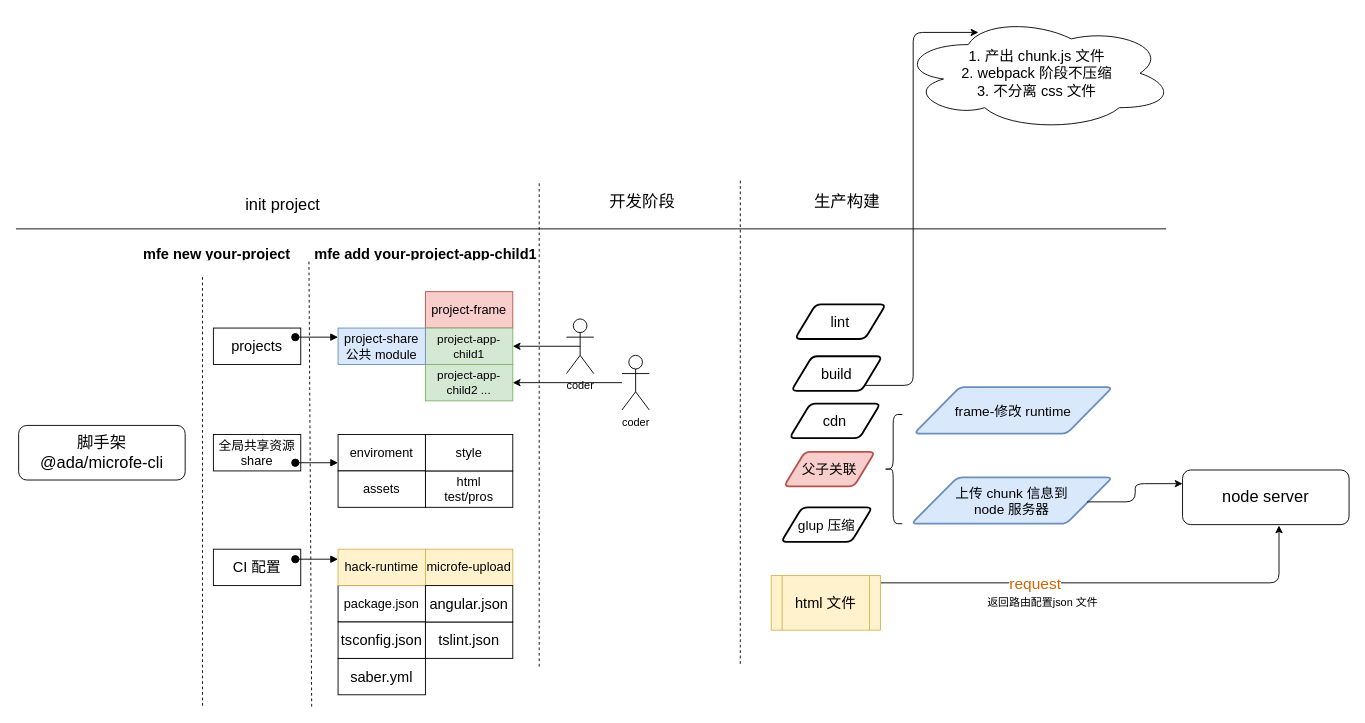
Earlier version of the draw.io diagram packages/Untitled Diagram.drawio (Tony-Liuduan/micro-demo). Source tidied: cells renumbered, new cells numbered last; positions are measured from the earlier drawing's top-left corner, leaving out a move shared by most shapes. Both pictures are drawn from the tidied source at 91%, with x=0, y=0 at pixel (15, 15).
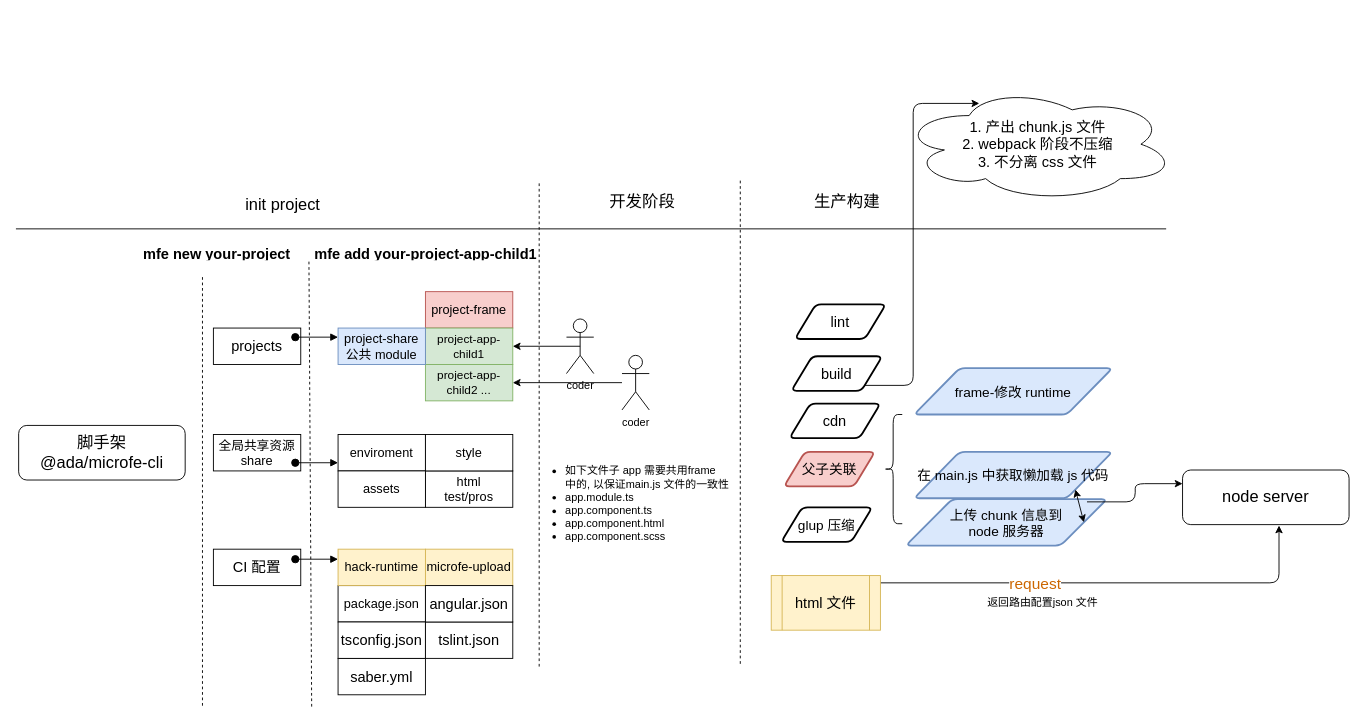
Above is the later version.

Change to the diagram source:
```diff
@@
     <mxCell id="40" value="&lt;div&gt;&lt;span style=&quot;font-size: 16px&quot;&gt;1. 产出 chunk.js 文件&lt;/span&gt;&lt;/div&gt;&lt;font style=&quot;font-size: 16px&quot;&gt;&lt;div&gt;&lt;span&gt;2. webpack 阶段不压缩&lt;/span&gt;&lt;/div&gt;&lt;div&gt;&lt;span&gt;3. 不分离 css 文件&lt;/span&gt;&lt;/div&gt;&lt;/font&gt;" style="ellipse;shape=cloud;whiteSpace=wrap;html=1;align=center;" parent="1" vertex="1">
-      <mxGeometry x="971" width="302" height="126" as="geometry" />
+      <mxGeometry x="972" y="78" width="302" height="126" as="geometry" />
     </mxCell>
@@
     <mxCell id="42" value="&lt;span style=&quot;font-size: 15px&quot;&gt;frame-修改 runtime&lt;/span&gt;" style="shape=parallelogram;html=1;strokeWidth=2;perimeter=parallelogramPerimeter;whiteSpace=wrap;rounded=1;arcSize=12;size=0.23;fillColor=#dae8fc;strokeColor=#6c8ebf;" parent="1" vertex="1">
-      <mxGeometry x="987" y="408" width="218" height="51" as="geometry" />
+      <mxGeometry x="987" y="387" width="218" height="51" as="geometry" />
     </mxCell>
     <mxCell id="43" value="&lt;span style=&quot;font-size: 15px&quot;&gt;上传 chunk 信息到 &lt;br&gt;node 服务器&lt;/span&gt;" style="shape=parallelogram;html=1;strokeWidth=2;perimeter=parallelogramPerimeter;whiteSpace=wrap;rounded=1;arcSize=12;size=0.23;fillColor=#dae8fc;strokeColor=#6c8ebf;" parent="1" vertex="1">
-      <mxGeometry x="984" y="507" width="221" height="51" as="geometry" />
+      <mxGeometry x="978" y="531" width="221" height="51" as="geometry" />
     </mxCell>
@@
+    <mxCell id="54" value="&lt;ul&gt;&lt;li&gt;如下文件子 app 需要共用frame 中的, 以保证main.js 文件的一致性&lt;/li&gt;&lt;li&gt;app.module.ts&lt;/li&gt;&lt;li&gt;app.component.ts&lt;/li&gt;&lt;li&gt;app.component.html&lt;/li&gt;&lt;li&gt;app.component.scss&lt;/li&gt;&lt;/ul&gt;" style="text;strokeColor=none;fillColor=none;html=1;whiteSpace=wrap;verticalAlign=middle;overflow=hidden;" parent="1" vertex="1">
+      <mxGeometry x="562" y="441" width="222" height="189" as="geometry" />
+    </mxCell>
+    <mxCell id="55" value="&lt;span style=&quot;font-size: 15px&quot;&gt;在 main.js 中获取懒加载 js 代码&lt;/span&gt;" style="shape=parallelogram;html=1;strokeWidth=2;perimeter=parallelogramPerimeter;whiteSpace=wrap;rounded=1;arcSize=12;size=0.23;fillColor=#dae8fc;strokeColor=#6c8ebf;" parent="1" vertex="1">
+      <mxGeometry x="987" y="479" width="218" height="51" as="geometry" />
+    </mxCell>
+    <mxCell id="56" style="endArrow=classic;startArrow=classic;html=1;exitX=1;exitY=0.5;exitDx=0;exitDy=0;entryX=1;entryY=1;entryDx=0;entryDy=0;" parent="1" edge="1" source="43" target="55">
+      <mxGeometry relative="1" as="geometry" />
+    </mxCell>
```
